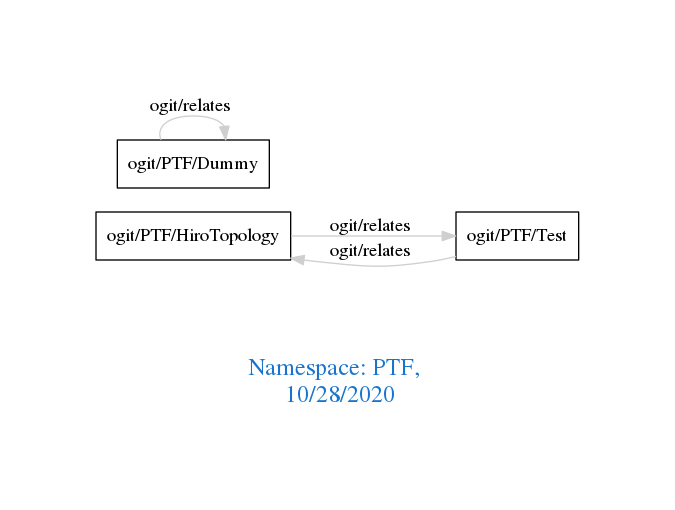
The Graphviz diagram downloads/PTF.png in arago/OGIT, before a commit. Its source is kept beside it as downloads/PTF.dot.
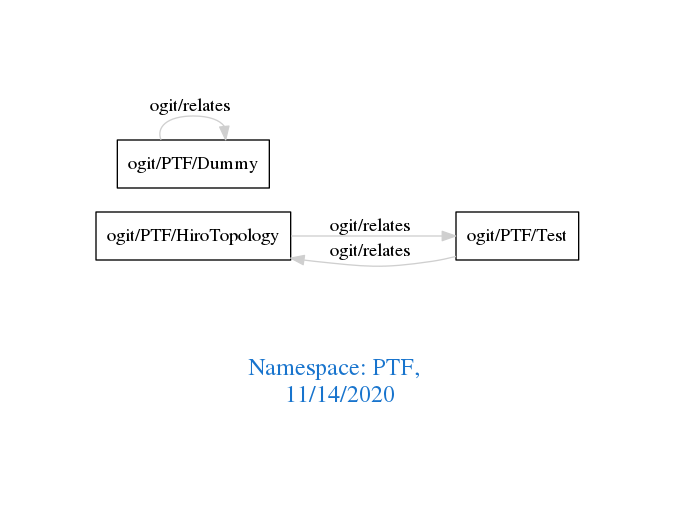
After the commit.

Diff of the diagram source:
```diff
@@ -1,7 +1,7 @@
 digraph OGIT_ontology {
  graph [ rankdir= LR,pad=1
 fontsize = 18,
-fontcolor= dodgerblue3,label = "\n\n\nNamespace: PTF, \n 10/28/2020"];
+fontcolor= dodgerblue3,label = "\n\n\nNamespace: PTF, \n 11/14/2020"];
 node[shape=polygon];
 edge [  color="gray81"];
 
```
